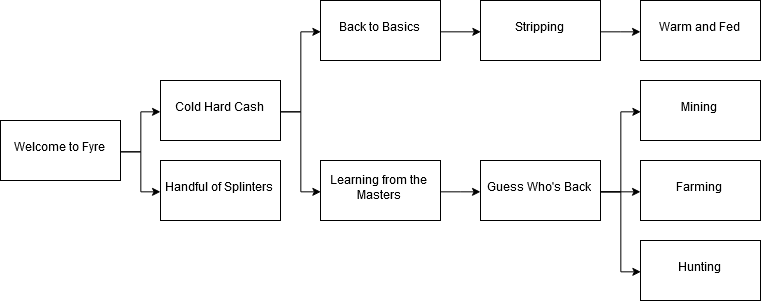
the-dwellers/Fyre keeps this draw.io diagram as docs/img/Advancements-Welcome.png. Above is the earlier version. Source tidied: cells renumbered, new cells last; positions are measured from the earlier drawing's top-left corner, leaving out a move shared by most shapes. Source of this version:
```xml
<mxGraphModel>
  <root>
    <mxCell id="0" />
    <mxCell id="1" parent="0" />
    <mxCell id="2" style="edgeStyle=orthogonalEdgeStyle;rounded=0;jettySize=auto;html=1;exitX=1;exitY=0.5;exitDx=0;exitDy=0;" parent="1" edge="1" source="4" target="7">
      <mxGeometry relative="1" as="geometry" />
    </mxCell>
    <mxCell id="3" style="edgeStyle=orthogonalEdgeStyle;rounded=0;jettySize=auto;html=1;exitX=1;exitY=0.5;exitDx=0;exitDy=0;" parent="1" edge="1" source="4" target="8">
      <mxGeometry relative="1" as="geometry" />
    </mxCell>
    <mxCell id="4" value="Welcome to Fyre" style="rounded=0;whiteSpace=wrap;html=1;" parent="1" vertex="1">
      <mxGeometry y="120" width="120" height="60" as="geometry" />
    </mxCell>
    <mxCell id="5" style="edgeStyle=orthogonalEdgeStyle;rounded=0;jettySize=auto;html=1;exitX=1;exitY=0.5;exitDx=0;exitDy=0;entryX=0;entryY=0.5;entryDx=0;entryDy=0;" parent="1" edge="1" source="7" target="12">
      <mxGeometry relative="1" as="geometry" />
    </mxCell>
    <mxCell id="6" style="edgeStyle=orthogonalEdgeStyle;rounded=0;jettySize=auto;html=1;exitX=1;exitY=0.5;exitDx=0;exitDy=0;entryX=0;entryY=0.5;entryDx=0;entryDy=0;" parent="1" edge="1" source="7" target="10">
      <mxGeometry relative="1" as="geometry" />
    </mxCell>
    <mxCell id="7" value="Cold Hard Cash" style="rounded=0;whiteSpace=wrap;html=1;" parent="1" vertex="1">
      <mxGeometry x="160" y="80" width="120" height="60" as="geometry" />
    </mxCell>
    <mxCell id="8" value="Handful of Splinters" style="rounded=0;whiteSpace=wrap;html=1;" parent="1" vertex="1">
      <mxGeometry x="160" y="160" width="120" height="60" as="geometry" />
    </mxCell>
    <mxCell id="9" style="edgeStyle=orthogonalEdgeStyle;rounded=0;jettySize=auto;html=1;exitX=1;exitY=0.5;exitDx=0;exitDy=0;" parent="1" edge="1" source="10" target="18">
      <mxGeometry relative="1" as="geometry" />
    </mxCell>
    <mxCell id="10" value="Learning from the Masters" style="rounded=0;whiteSpace=wrap;html=1;" parent="1" vertex="1">
      <mxGeometry x="320" y="160" width="120" height="60" as="geometry" />
    </mxCell>
    <mxCell id="11" style="edgeStyle=orthogonalEdgeStyle;rounded=0;jettySize=auto;html=1;exitX=1;exitY=0.5;exitDx=0;exitDy=0;entryX=0;entryY=0.5;entryDx=0;entryDy=0;" parent="1" edge="1" source="12" target="14">
      <mxGeometry relative="1" as="geometry" />
    </mxCell>
    <mxCell id="12" value="Back to Basics" style="rounded=0;whiteSpace=wrap;html=1;" parent="1" vertex="1">
      <mxGeometry x="320" width="120" height="60" as="geometry" />
    </mxCell>
    <mxCell id="13" style="edgeStyle=orthogonalEdgeStyle;rounded=0;jettySize=auto;html=1;exitX=1;exitY=0.5;exitDx=0;exitDy=0;" parent="1" edge="1" source="14" target="20">
      <mxGeometry relative="1" as="geometry" />
    </mxCell>
    <mxCell id="14" value="Stripping" style="rounded=0;whiteSpace=wrap;html=1;" parent="1" vertex="1">
      <mxGeometry x="480" width="120" height="60" as="geometry" />
    </mxCell>
    <mxCell id="15" style="edgeStyle=orthogonalEdgeStyle;rounded=0;jettySize=auto;html=1;exitX=1;exitY=0.5;exitDx=0;exitDy=0;entryX=0;entryY=0.5;entryDx=0;entryDy=0;" parent="1" edge="1" source="18" target="19">
      <mxGeometry relative="1" as="geometry" />
    </mxCell>
    <mxCell id="16" style="edgeStyle=orthogonalEdgeStyle;rounded=0;jettySize=auto;html=1;exitX=1;exitY=0.5;exitDx=0;exitDy=0;" parent="1" edge="1" source="18" target="21">
      <mxGeometry relative="1" as="geometry" />
    </mxCell>
    <mxCell id="17" style="edgeStyle=orthogonalEdgeStyle;rounded=0;jettySize=auto;html=1;exitX=1;exitY=0.5;exitDx=0;exitDy=0;entryX=0;entryY=0.5;entryDx=0;entryDy=0;" parent="1" edge="1" source="18" target="22">
      <mxGeometry relative="1" as="geometry" />
    </mxCell>
    <mxCell id="18" value="Guess Who's Back" style="rounded=0;whiteSpace=wrap;html=1;" parent="1" vertex="1">
      <mxGeometry x="480" y="160" width="120" height="60" as="geometry" />
    </mxCell>
    <mxCell id="19" value="Mining" style="rounded=0;whiteSpace=wrap;html=1;" parent="1" vertex="1">
      <mxGeometry x="640" y="80" width="120" height="60" as="geometry" />
    </mxCell>
    <mxCell id="20" value="Warm and Fed" style="rounded=0;whiteSpace=wrap;html=1;" parent="1" vertex="1">
      <mxGeometry x="640" width="120" height="60" as="geometry" />
    </mxCell>
    <mxCell id="21" value="Farming" style="rounded=0;whiteSpace=wrap;html=1;" parent="1" vertex="1">
      <mxGeometry x="640" y="160" width="120" height="60" as="geometry" />
    </mxCell>
    <mxCell id="22" value="Hunting" style="rounded=0;whiteSpace=wrap;html=1;" parent="1" vertex="1">
      <mxGeometry x="640" y="240" width="120" height="60" as="geometry" />
    </mxCell>
  </root>
</mxGraphModel>
```
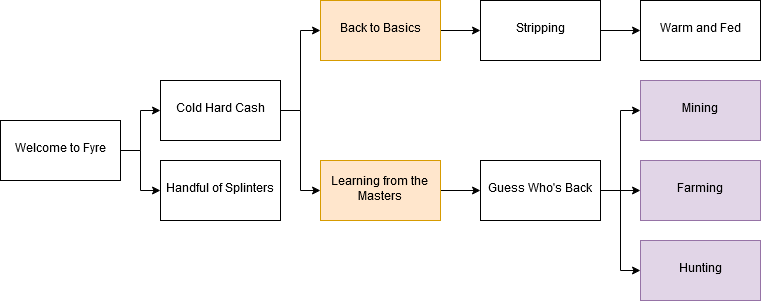
Above is the later version.

What changed in the source:
```diff
@@ -26,13 +26,13 @@
     <mxCell id="9" style="edgeStyle=orthogonalEdgeStyle;rounded=0;jettySize=auto;html=1;exitX=1;exitY=0.5;exitDx=0;exitDy=0;" parent="1" edge="1" source="10" target="18">
       <mxGeometry relative="1" as="geometry" />
     </mxCell>
-    <mxCell id="10" value="Learning from the Masters" style="rounded=0;whiteSpace=wrap;html=1;" parent="1" vertex="1">
+    <mxCell id="10" value="Learning from the Masters" style="rounded=0;whiteSpace=wrap;html=1;fillColor=#ffe6cc;strokeColor=#d79b00;" parent="1" vertex="1">
       <mxGeometry x="320" y="160" width="120" height="60" as="geometry" />
     </mxCell>
     <mxCell id="11" style="edgeStyle=orthogonalEdgeStyle;rounded=0;jettySize=auto;html=1;exitX=1;exitY=0.5;exitDx=0;exitDy=0;entryX=0;entryY=0.5;entryDx=0;entryDy=0;" parent="1" edge="1" source="12" target="14">
       <mxGeometry relative="1" as="geometry" />
     </mxCell>
-    <mxCell id="12" value="Back to Basics" style="rounded=0;whiteSpace=wrap;html=1;" parent="1" vertex="1">
+    <mxCell id="12" value="Back to Basics" style="rounded=0;whiteSpace=wrap;html=1;fillColor=#ffe6cc;strokeColor=#d79b00;" parent="1" vertex="1">
       <mxGeometry x="320" width="120" height="60" as="geometry" />
     </mxCell>
     <mxCell id="13" style="edgeStyle=orthogonalEdgeStyle;rounded=0;jettySize=auto;html=1;exitX=1;exitY=0.5;exitDx=0;exitDy=0;" parent="1" edge="1" source="14" target="20">
@@ -53,16 +53,16 @@
     <mxCell id="18" value="Guess Who's Back" style="rounded=0;whiteSpace=wrap;html=1;" parent="1" vertex="1">
       <mxGeometry x="480" y="160" width="120" height="60" as="geometry" />
     </mxCell>
-    <mxCell id="19" value="Mining" style="rounded=0;whiteSpace=wrap;html=1;" parent="1" vertex="1">
+    <mxCell id="19" value="Mining" style="rounded=0;whiteSpace=wrap;html=1;fillColor=#e1d5e7;strokeColor=#9673a6;" parent="1" vertex="1">
       <mxGeometry x="640" y="80" width="120" height="60" as="geometry" />
     </mxCell>
     <mxCell id="20" value="Warm and Fed" style="rounded=0;whiteSpace=wrap;html=1;" parent="1" vertex="1">
       <mxGeometry x="640" width="120" height="60" as="geometry" />
     </mxCell>
-    <mxCell id="21" value="Farming" style="rounded=0;whiteSpace=wrap;html=1;" parent="1" vertex="1">
+    <mxCell id="21" value="Farming" style="rounded=0;whiteSpace=wrap;html=1;fillColor=#e1d5e7;strokeColor=#9673a6;" parent="1" vertex="1">
       <mxGeometry x="640" y="160" width="120" height="60" as="geometry" />
     </mxCell>
-    <mxCell id="22" value="Hunting" style="rounded=0;whiteSpace=wrap;html=1;" parent="1" vertex="1">
+    <mxCell id="22" value="Hunting" style="rounded=0;whiteSpace=wrap;html=1;fillColor=#e1d5e7;strokeColor=#9673a6;" parent="1" vertex="1">
       <mxGeometry x="640" y="240" width="120" height="60" as="geometry" />
     </mxCell>
   </root>
```
